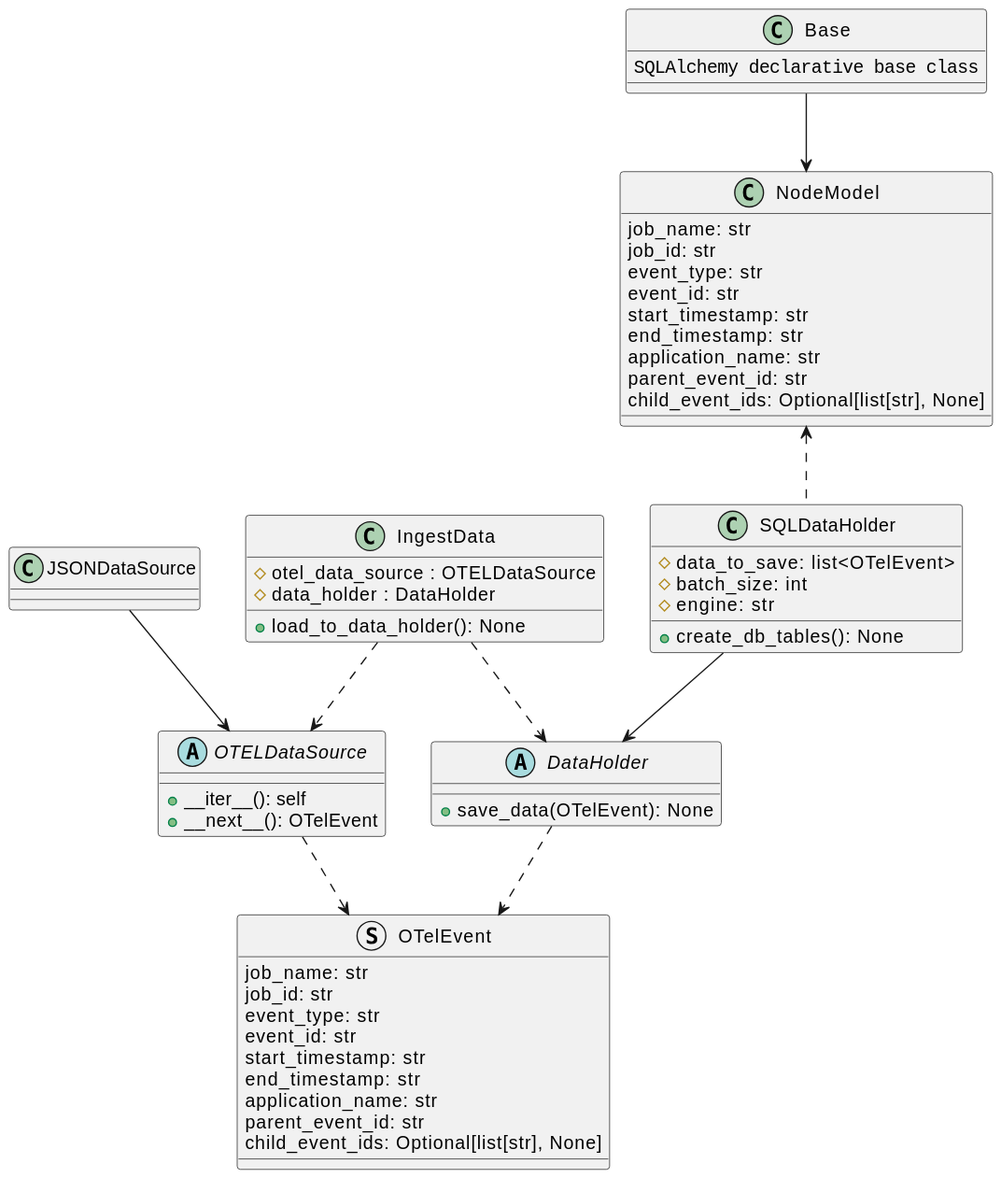
Above: docs/development/design/3-DN-Retrieving_unique_graphs_from_Otel_data/class_diagrams.svg in xtuml/otel2puml (PlantUML), before the change.
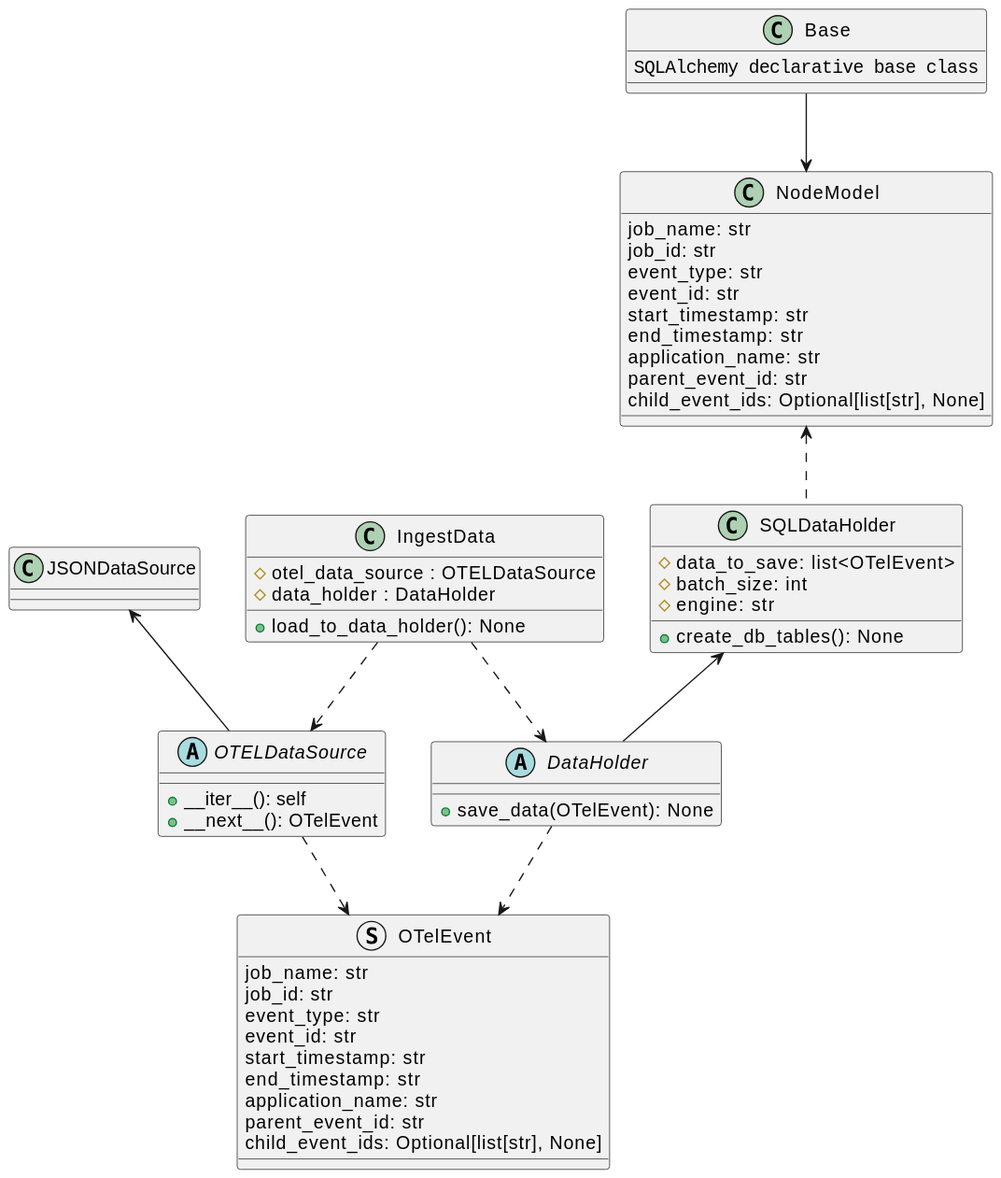
Later version of the same file.

Commit message:
Update class diagrams

The edit, as a diff of the source:
```diff
@@ -54,8 +54,8 @@
 IngestData ..> OTELDataSource
 IngestData ..> DataHolder
 OTELDataSource ..> OTelEvent
-JSONDataSource --> OTELDataSource
-SQLDataHolder --> DataHolder
+JSONDataSource <-- OTELDataSource
+SQLDataHolder <-- DataHolder
 NodeModel <.. SQLDataHolder
 Base --> NodeModel
 DataHolder ..> OTelEvent
```
